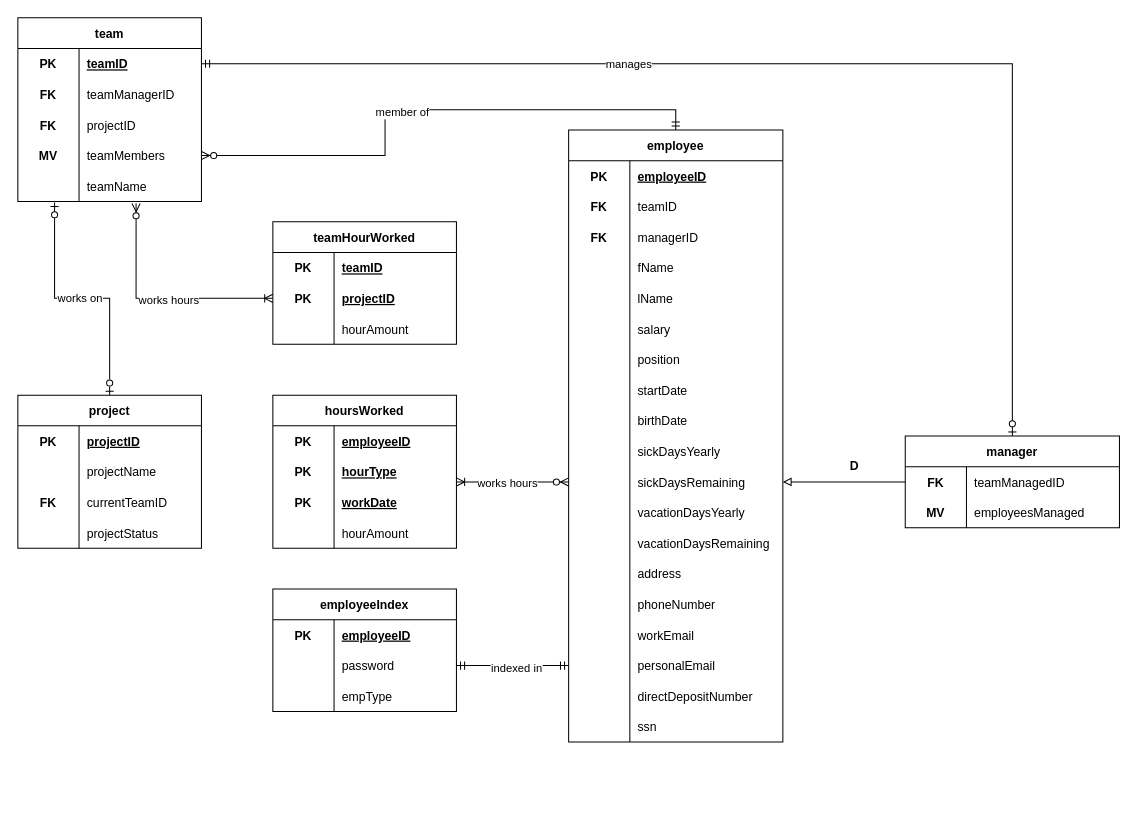
Above: System Models/ER_diagram.drawio in blueappleee/EmployeeManagementSystem (draw.io), before the change. Source tidied: cells renumbered, new cells numbered last; positions are measured from the earlier drawing's top-left corner, leaving out a move shared by most shapes. Both pictures are drawn from the tidied source at 102%, with x=0, y=0 at pixel (17, 17).
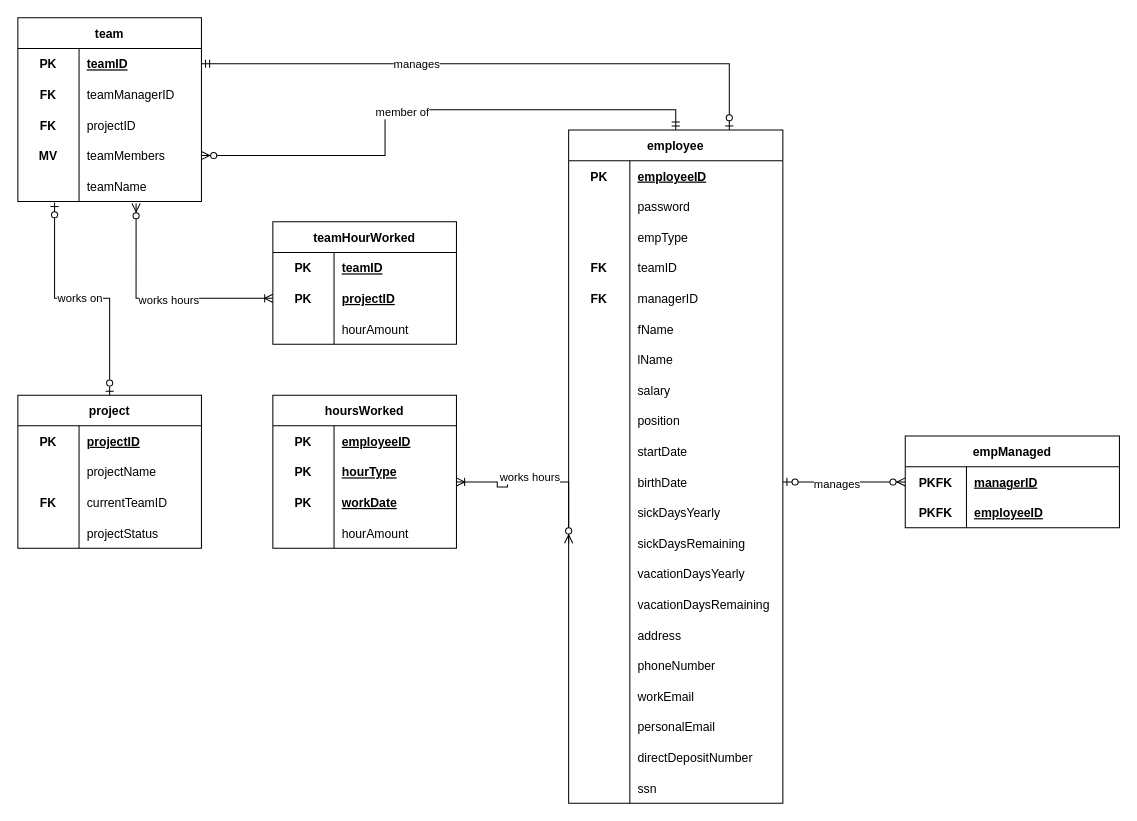
After the change.

Commit message (it also covers changes not shown here):
UPDATE class diagram and er diagram

The change refers to these unchanged cells:
```xml
<mxCell id="61" style="shape=tableRow;horizontal=0;startSize=0;swimlaneHead=0;swimlaneBody=0;fillColor=none;points=[[0,0.5],[1,0.5]];portConstraint=eastwest;top=0;left=0;right=0;bottom=0;" parent="60" vertex="1">
  <mxGeometry y="30" width="210" height="30" as="geometry" />
</mxCell>
<mxCell id="64" style="shape=tableRow;horizontal=0;startSize=0;swimlaneHead=0;swimlaneBody=0;fillColor=none;top=0;left=0;right=0;bottom=0;" parent="60" vertex="1">
  <mxGeometry y="60" width="210" height="30" as="geometry" />
</mxCell>
<mxCell id="81" style="shape=tableRow;horizontal=0;startSize=0;swimlaneHead=0;swimlaneBody=0;fillColor=none;points=[[0,0.5],[1,0.5]];portConstraint=eastwest;top=0;left=0;right=0;bottom=0;" parent="80" vertex="1">
  <mxGeometry y="30" width="180" height="30" as="geometry" />
</mxCell>
```

The edit, as a diff of the source:
```diff
@@
     <mxCell id="2" value="employee" style="shape=table;startSize=30;childLayout=tableLayout;rowLines=0;fontStyle=1;align=center;" parent="1" vertex="1">
-      <mxGeometry x="540" y="110" width="210" height="600" as="geometry" />
+      <mxGeometry x="540" y="110" width="210" height="660" as="geometry" />
     </mxCell>
@@
+    <mxCell id="143" style="shape=tableRow;horizontal=0;startSize=0;swimlaneHead=0;swimlaneBody=0;fillColor=none;top=0;left=0;right=0;bottom=0;" parent="2" vertex="1">
+      <mxGeometry y="60" width="210" height="30" as="geometry" />
+    </mxCell>
+    <mxCell id="144" style="shape=partialRectangle;fillColor=none;top=0;left=0;bottom=0;right=0;overflow=hidden;fontStyle=1;" parent="143" vertex="1">
+      <mxGeometry width="60" height="30" as="geometry" />
+    </mxCell>
+    <mxCell id="116" value="password" style="shape=partialRectangle;fillColor=none;top=0;left=0;bottom=0;right=0;align=left;spacingLeft=6;overflow=hidden;" parent="143" vertex="1">
+      <mxGeometry x="60" width="150" height="30" as="geometry" />
+    </mxCell>
+    <mxCell id="145" style="shape=tableRow;horizontal=0;startSize=0;swimlaneHead=0;swimlaneBody=0;fillColor=none;top=0;left=0;right=0;bottom=0;" parent="2" vertex="1">
+      <mxGeometry y="90" width="210" height="30" as="geometry" />
+    </mxCell>
+    <mxCell id="146" style="shape=partialRectangle;fillColor=none;top=0;left=0;bottom=0;right=0;overflow=hidden;fontStyle=1;" parent="145" vertex="1">
+      <mxGeometry width="60" height="30" as="geometry" />
+    </mxCell>
+    <mxCell id="119" value="empType" style="shape=partialRectangle;fillColor=none;top=0;left=0;bottom=0;right=0;align=left;spacingLeft=6;overflow=hidden;" parent="145" vertex="1">
+      <mxGeometry x="60" width="150" height="30" as="geometry" />
+    </mxCell>
     <mxCell id="6" style="shape=tableRow;horizontal=0;startSize=0;swimlaneHead=0;swimlaneBody=0;fillColor=none;top=0;left=0;right=0;bottom=0;" parent="2" vertex="1">
-      <mxGeometry y="60" width="210" height="30" as="geometry" />
+      <mxGeometry y="120" width="210" height="30" as="geometry" />
     </mxCell>
@@
     <mxCell id="9" style="shape=tableRow;horizontal=0;startSize=0;swimlaneHead=0;swimlaneBody=0;fillColor=none;top=0;left=0;right=0;bottom=0;" parent="2" vertex="1">
-      <mxGeometry y="90" width="210" height="30" as="geometry" />
+      <mxGeometry y="150" width="210" height="30" as="geometry" />
     </mxCell>
@@
     <mxCell id="12" style="shape=tableRow;horizontal=0;startSize=0;swimlaneHead=0;swimlaneBody=0;fillColor=none;top=0;left=0;right=0;bottom=0;" parent="2" vertex="1">
-      <mxGeometry y="120" width="210" height="30" as="geometry" />
+      <mxGeometry y="180" width="210" height="30" as="geometry" />
     </mxCell>
@@
     <mxCell id="15" style="shape=tableRow;horizontal=0;startSize=0;swimlaneHead=0;swimlaneBody=0;fillColor=none;top=0;left=0;right=0;bottom=0;" parent="2" vertex="1">
-      <mxGeometry y="150" width="210" height="30" as="geometry" />
+      <mxGeometry y="210" width="210" height="30" as="geometry" />
     </mxCell>
@@
     <mxCell id="18" style="shape=tableRow;horizontal=0;startSize=0;swimlaneHead=0;swimlaneBody=0;fillColor=none;top=0;left=0;right=0;bottom=0;" parent="2" vertex="1">
-      <mxGeometry y="180" width="210" height="30" as="geometry" />
+      <mxGeometry y="240" width="210" height="30" as="geometry" />
     </mxCell>
@@
     <mxCell id="21" style="shape=tableRow;horizontal=0;startSize=0;swimlaneHead=0;swimlaneBody=0;fillColor=none;top=0;left=0;right=0;bottom=0;" parent="2" vertex="1">
-      <mxGeometry y="210" width="210" height="30" as="geometry" />
+      <mxGeometry y="270" width="210" height="30" as="geometry" />
     </mxCell>
@@
     <mxCell id="24" style="shape=tableRow;horizontal=0;startSize=0;swimlaneHead=0;swimlaneBody=0;fillColor=none;top=0;left=0;right=0;bottom=0;" parent="2" vertex="1">
-      <mxGeometry y="240" width="210" height="30" as="geometry" />
+      <mxGeometry y="300" width="210" height="30" as="geometry" />
     </mxCell>
@@
     <mxCell id="27" style="shape=tableRow;horizontal=0;startSize=0;swimlaneHead=0;swimlaneBody=0;fillColor=none;points=[[0,0.5],[1,0.5]];portConstraint=eastwest;top=0;left=0;right=0;bottom=0;" parent="2" vertex="1">
-      <mxGeometry y="270" width="210" height="30" as="geometry" />
+      <mxGeometry y="330" width="210" height="30" as="geometry" />
     </mxCell>
@@
     <mxCell id="30" style="shape=tableRow;horizontal=0;startSize=0;swimlaneHead=0;swimlaneBody=0;fillColor=none;top=0;left=0;right=0;bottom=0;" parent="2" vertex="1">
-      <mxGeometry y="300" width="210" height="30" as="geometry" />
+      <mxGeometry y="360" width="210" height="30" as="geometry" />
     </mxCell>
@@
     <mxCell id="33" style="shape=tableRow;horizontal=0;startSize=0;swimlaneHead=0;swimlaneBody=0;fillColor=none;points=[[0,0.5],[1,0.5]];portConstraint=eastwest;top=0;left=0;right=0;bottom=0;" parent="2" vertex="1">
-      <mxGeometry y="330" width="210" height="30" as="geometry" />
+      <mxGeometry y="390" width="210" height="30" as="geometry" />
     </mxCell>
@@
     <mxCell id="36" style="shape=tableRow;horizontal=0;startSize=0;swimlaneHead=0;swimlaneBody=0;fillColor=none;top=0;left=0;right=0;bottom=0;" parent="2" vertex="1">
-      <mxGeometry y="360" width="210" height="30" as="geometry" />
+      <mxGeometry y="420" width="210" height="30" as="geometry" />
     </mxCell>
@@
     <mxCell id="39" style="shape=tableRow;horizontal=0;startSize=0;swimlaneHead=0;swimlaneBody=0;fillColor=none;top=0;left=0;right=0;bottom=0;" parent="2" vertex="1">
-      <mxGeometry y="390" width="210" height="30" as="geometry" />
+      <mxGeometry y="450" width="210" height="30" as="geometry" />
     </mxCell>
@@
     <mxCell id="42" style="shape=tableRow;horizontal=0;startSize=0;swimlaneHead=0;swimlaneBody=0;fillColor=none;top=0;left=0;right=0;bottom=0;" parent="2" vertex="1">
-      <mxGeometry y="420" width="210" height="30" as="geometry" />
+      <mxGeometry y="480" width="210" height="30" as="geometry" />
     </mxCell>
@@
     <mxCell id="45" style="shape=tableRow;horizontal=0;startSize=0;swimlaneHead=0;swimlaneBody=0;fillColor=none;top=0;left=0;right=0;bottom=0;" parent="2" vertex="1">
-      <mxGeometry y="450" width="210" height="30" as="geometry" />
+      <mxGeometry y="510" width="210" height="30" as="geometry" />
     </mxCell>
@@
     <mxCell id="48" style="shape=tableRow;horizontal=0;startSize=0;swimlaneHead=0;swimlaneBody=0;fillColor=none;top=0;left=0;right=0;bottom=0;" parent="2" vertex="1">
-      <mxGeometry y="480" width="210" height="30" as="geometry" />
+      <mxGeometry y="540" width="210" height="30" as="geometry" />
     </mxCell>
@@
     <mxCell id="51" style="shape=tableRow;horizontal=0;startSize=0;swimlaneHead=0;swimlaneBody=0;fillColor=none;points=[[0,0.5],[1,0.5]];portConstraint=eastwest;top=0;left=0;right=0;bottom=0;" parent="2" vertex="1">
-      <mxGeometry y="510" width="210" height="30" as="geometry" />
+      <mxGeometry y="570" width="210" height="30" as="geometry" />
     </mxCell>
@@
     <mxCell id="54" style="shape=tableRow;horizontal=0;startSize=0;swimlaneHead=0;swimlaneBody=0;fillColor=none;top=0;left=0;right=0;bottom=0;" parent="2" vertex="1">
-      <mxGeometry y="540" width="210" height="30" as="geometry" />
+      <mxGeometry y="600" width="210" height="30" as="geometry" />
     </mxCell>
@@
     <mxCell id="57" style="shape=tableRow;horizontal=0;startSize=0;swimlaneHead=0;swimlaneBody=0;fillColor=none;top=0;left=0;right=0;bottom=0;" parent="2" vertex="1">
-      <mxGeometry y="570" width="210" height="30" as="geometry" />
+      <mxGeometry y="630" width="210" height="30" as="geometry" />
     </mxCell>
@@
-    <mxCell id="60" value="manager" style="shape=table;startSize=30;childLayout=tableLayout;rowLines=0;fontStyle=1;align=center;" parent="1" vertex="1">
+    <mxCell id="60" value="empManaged" style="shape=table;startSize=30;childLayout=tableLayout;rowLines=0;fontStyle=1;align=center;" parent="1" vertex="1">
       <mxGeometry x="870" y="410" width="210" height="90" as="geometry" />
     </mxCell>
@@
-    <mxCell id="62" value="FK" style="shape=partialRectangle;fillColor=none;top=0;left=0;bottom=0;right=0;overflow=hidden;fontStyle=1;" parent="61" vertex="1">
+    <mxCell id="62" value="PKFK" style="shape=partialRectangle;fillColor=none;top=0;left=0;bottom=0;right=0;overflow=hidden;fontStyle=1;" parent="61" vertex="1">
       <mxGeometry width="60" height="30" as="geometry" />
     </mxCell>
-    <mxCell id="63" value="teamManagedID" style="shape=partialRectangle;fillColor=none;top=0;left=0;bottom=0;right=0;align=left;spacingLeft=6;overflow=hidden;" parent="61" vertex="1">
+    <mxCell id="63" value="managerID" style="shape=partialRectangle;fillColor=none;top=0;left=0;bottom=0;right=0;align=left;spacingLeft=6;overflow=hidden;fontStyle=5;" parent="61" vertex="1">
       <mxGeometry x="60" width="150" height="30" as="geometry" />
     </mxCell>
@@
-    <mxCell id="65" value="MV" style="shape=partialRectangle;fillColor=none;top=0;left=0;bottom=0;right=0;overflow=hidden;fontStyle=1;" parent="64" vertex="1">
+    <mxCell id="65" value="PKFK" style="shape=partialRectangle;fillColor=none;top=0;left=0;bottom=0;right=0;overflow=hidden;fontStyle=1;" parent="64" vertex="1">
       <mxGeometry width="60" height="30" as="geometry" />
     </mxCell>
-    <mxCell id="66" value="employeesManaged" style="shape=partialRectangle;fillColor=none;top=0;left=0;bottom=0;right=0;align=left;spacingLeft=6;overflow=hidden;" parent="64" vertex="1">
+    <mxCell id="66" value="employeeID" style="shape=partialRectangle;fillColor=none;top=0;left=0;bottom=0;right=0;align=left;spacingLeft=6;overflow=hidden;fontStyle=5;" parent="64" vertex="1">
       <mxGeometry x="60" width="150" height="30" as="geometry" />
     </mxCell>
@@
-    <mxCell id="96" style="edgeStyle=orthogonalEdgeStyle;rounded=0;jettySize=auto;html=1;endArrow=block;endFill=0;startArrow=none;startFill=0;exitX=0;exitY=0.5;exitDx=0;exitDy=0;" parent="1" edge="1" source="61" target="33">
-      <mxGeometry relative="1" as="geometry" />
-    </mxCell>
@@
-    <mxCell id="110" value="employeeIndex" style="shape=table;startSize=30;childLayout=tableLayout;rowLines=0;fontStyle=1;align=center;" parent="1" vertex="1">
-      <mxGeometry x="250" y="560" width="180" height="120" as="geometry" />
-    </mxCell>
-    <mxCell id="111" style="shape=tableRow;horizontal=0;startSize=0;swimlaneHead=0;swimlaneBody=0;fillColor=none;top=0;left=0;right=0;bottom=0;" parent="110" vertex="1">
-      <mxGeometry y="30" width="180" height="30" as="geometry" />
-    </mxCell>
-    <mxCell id="112" value="PK" style="shape=partialRectangle;fillColor=none;top=0;left=0;bottom=0;right=0;fontStyle=1;overflow=hidden;" parent="111" vertex="1">
-      <mxGeometry width="60" height="30" as="geometry" />
-    </mxCell>
-    <mxCell id="113" value="employeeID" style="shape=partialRectangle;fillColor=none;top=0;left=0;bottom=0;right=0;align=left;spacingLeft=6;fontStyle=5;overflow=hidden;" parent="111" vertex="1">
-      <mxGeometry x="60" width="120" height="30" as="geometry" />
-    </mxCell>
-    <mxCell id="114" style="shape=tableRow;horizontal=0;startSize=0;swimlaneHead=0;swimlaneBody=0;fillColor=none;points=[[0,0.5],[1,0.5]];portConstraint=eastwest;top=0;left=0;right=0;bottom=0;" parent="110" vertex="1">
-      <mxGeometry y="60" width="180" height="30" as="geometry" />
-    </mxCell>
-    <mxCell id="115" style="shape=partialRectangle;fillColor=none;top=0;left=0;bottom=0;right=0;overflow=hidden;" parent="114" vertex="1">
-      <mxGeometry width="60" height="30" as="geometry" />
-    </mxCell>
-    <mxCell id="116" value="password" style="shape=partialRectangle;fillColor=none;top=0;left=0;bottom=0;right=0;align=left;spacingLeft=6;overflow=hidden;" parent="114" vertex="1">
-      <mxGeometry x="60" width="120" height="30" as="geometry" />
-    </mxCell>
-    <mxCell id="117" style="shape=tableRow;horizontal=0;startSize=0;swimlaneHead=0;swimlaneBody=0;fillColor=none;top=0;left=0;right=0;bottom=0;" parent="110" vertex="1">
-      <mxGeometry y="90" width="180" height="30" as="geometry" />
-    </mxCell>
-    <mxCell id="118" style="shape=partialRectangle;fillColor=none;top=0;left=0;bottom=0;right=0;overflow=hidden;" parent="117" vertex="1">
-      <mxGeometry width="60" height="30" as="geometry" />
-    </mxCell>
-    <mxCell id="119" value="empType" style="shape=partialRectangle;fillColor=none;top=0;left=0;bottom=0;right=0;align=left;spacingLeft=6;overflow=hidden;" parent="117" vertex="1">
-      <mxGeometry x="60" width="120" height="30" as="geometry" />
-    </mxCell>
-    <mxCell id="120" value="&lt;b&gt;D&lt;/b&gt;" style="text;html=1;align=center;verticalAlign=middle;strokeColor=none;fillColor=none;" parent="1" vertex="1">
-      <mxGeometry x="805" y="425" width="30" height="30" as="geometry" />
-    </mxCell>
@@
-    <mxCell id="131" style="edgeStyle=orthogonalEdgeStyle;fontSize=12;html=1;endArrow=ERzeroToOne;startArrow=ERmandOne;rounded=0;exitX=1;exitY=0.5;exitDx=0;exitDy=0;entryX=0.5;entryY=0;entryDx=0;entryDy=0;" parent="1" edge="1" source="81" target="60">
+    <mxCell id="131" style="edgeStyle=orthogonalEdgeStyle;fontSize=12;html=1;endArrow=ERzeroToOne;startArrow=ERmandOne;rounded=0;exitX=1;exitY=0.5;exitDx=0;exitDy=0;entryX=0.75;entryY=0;entryDx=0;entryDy=0;" parent="1" edge="1" source="81" target="2">
       <mxGeometry relative="1" as="geometry" />
     </mxCell>
@@
-    <mxCell id="135" style="edgeStyle=orthogonalEdgeStyle;fontSize=12;html=1;endArrow=ERmandOne;startArrow=ERmandOne;rounded=0;exitX=1;exitY=0.5;exitDx=0;exitDy=0;entryX=0;entryY=0.5;entryDx=0;entryDy=0;" parent="1" edge="1" source="114" target="51">
-      <mxGeometry relative="1" as="geometry" />
-    </mxCell>
-    <mxCell id="136" value="&lt;div&gt;indexed in&lt;/div&gt;" style="edgeLabel;html=1;align=center;verticalAlign=middle;" parent="135" vertex="1">
-      <mxGeometry x="0.06" y="-2" relative="1" as="geometry" />
-    </mxCell>
@@
+    <mxCell id="147" style="edgeStyle=entityRelationEdgeStyle;fontSize=12;html=1;endArrow=ERzeroToMany;startArrow=ERzeroToOne;rounded=0;entryX=0;entryY=0.5;entryDx=0;entryDy=0;exitX=1;exitY=0.5;exitDx=0;exitDy=0;" parent="1" edge="1" source="27" target="61">
+      <mxGeometry relative="1" as="geometry" />
+    </mxCell>
+    <mxCell id="148" value="manages" style="edgeLabel;html=1;align=center;verticalAlign=middle;" parent="147" vertex="1">
+      <mxGeometry x="-0.13" y="-1" relative="1" as="geometry" />
+    </mxCell>
```
